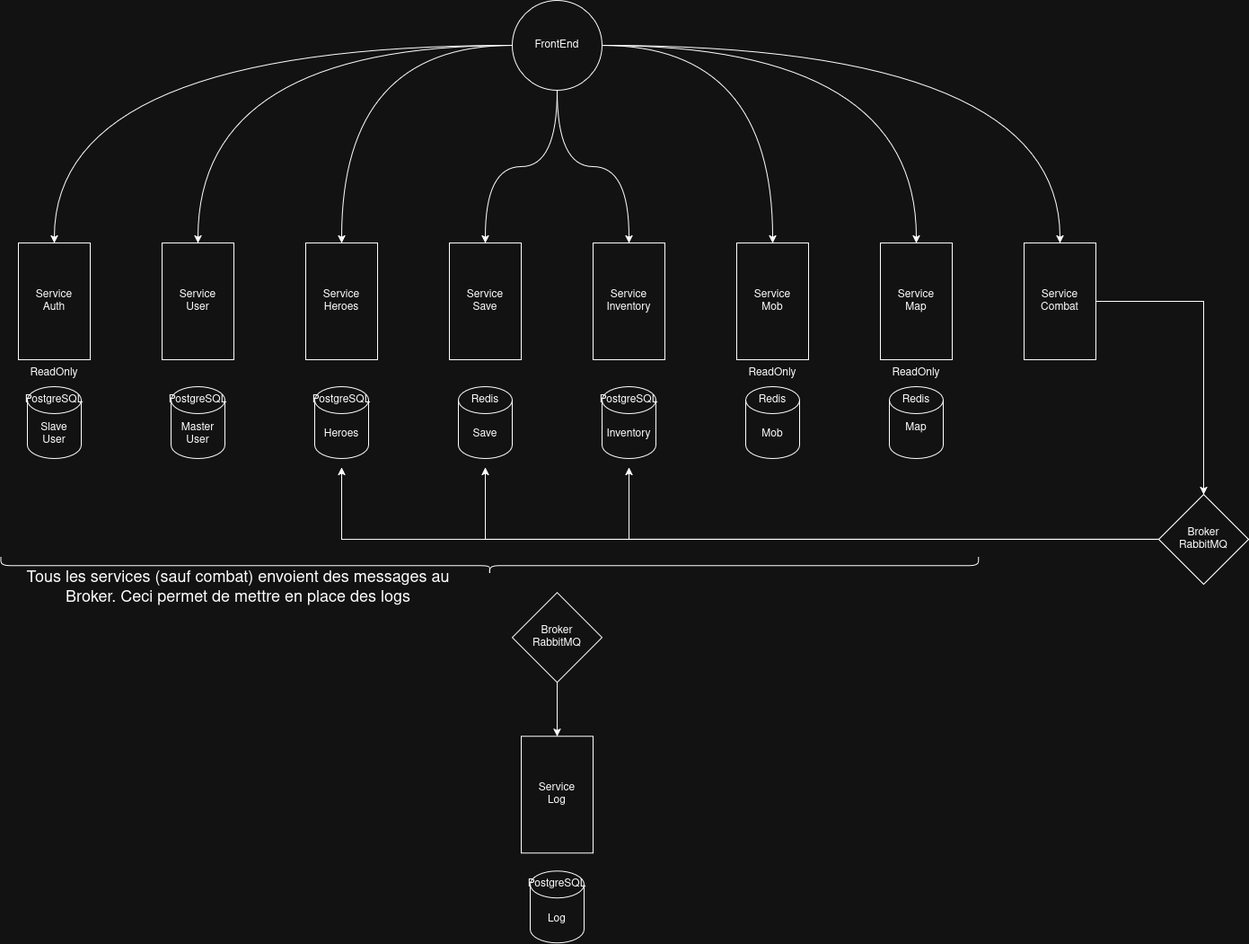
This is images/MicroService.drawio.png from ChronicleOfTheSacredSword/documentation, a draw.io export, as it was before one commit. Source tidied: cells renumbered, new cells last; positions are measured from the earlier drawing's top-left corner, leaving out a move shared by most shapes.
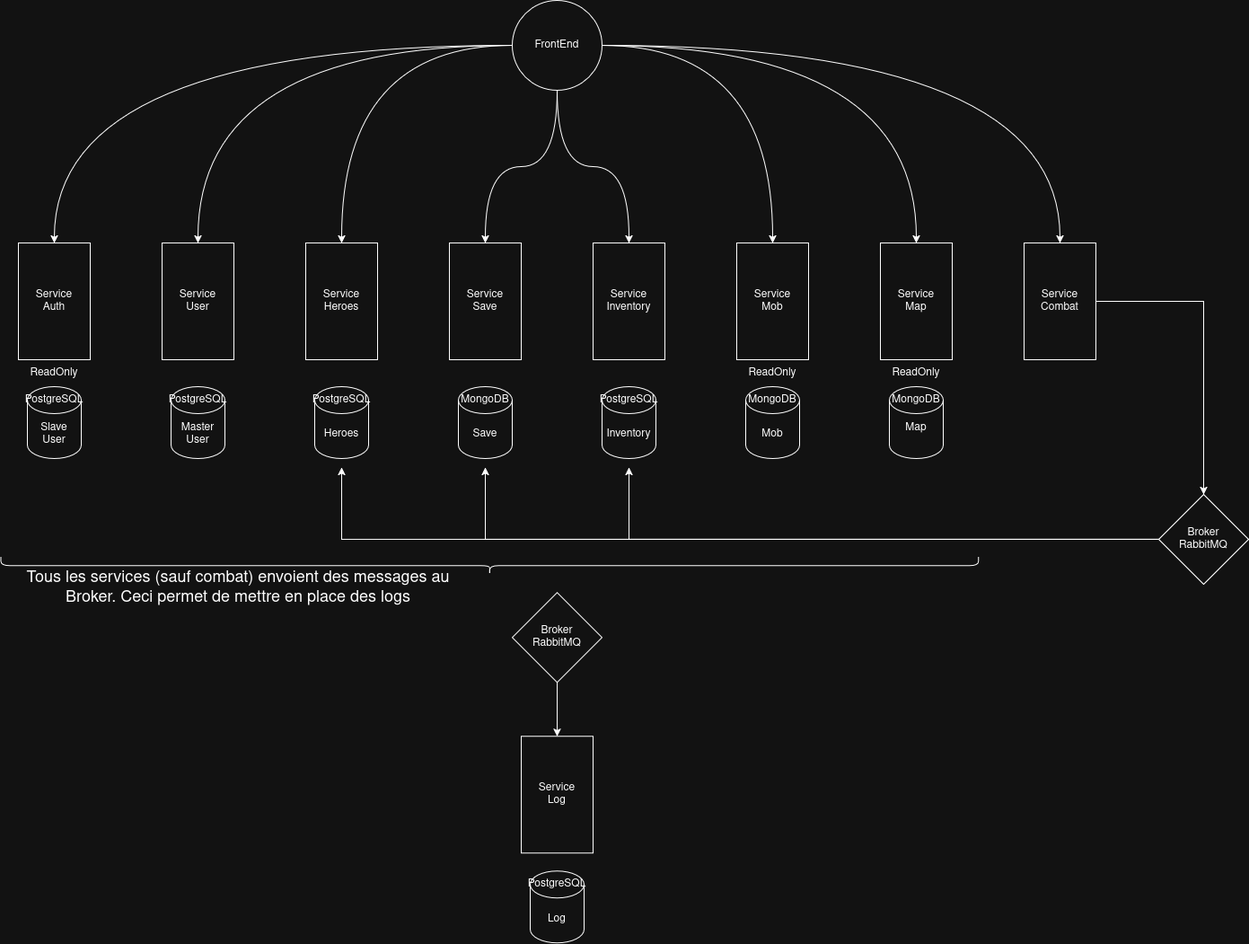
The same diagram one commit later.

Commit message:
modification image architecture

The edit, as a diff of the source:
```diff
@@ -80,13 +80,13 @@
     <mxCell id="27" value="&lt;div&gt;Map&lt;/div&gt;&lt;div&gt;&lt;br&gt;&lt;/div&gt;" style="shape=cylinder3;whiteSpace=wrap;html=1;boundedLbl=1;backgroundOutline=1;size=15;" parent="1" vertex="1">
       <mxGeometry x="990" y="430" width="60" height="80" as="geometry" />
     </mxCell>
-    <mxCell id="28" value="Redis" style="text;html=1;whiteSpace=wrap;strokeColor=none;fillColor=none;align=center;verticalAlign=middle;rounded=0;" parent="1" vertex="1">
+    <mxCell id="28" value="&lt;div&gt;MongoDB&lt;/div&gt;" style="text;html=1;whiteSpace=wrap;strokeColor=none;fillColor=none;align=center;verticalAlign=middle;rounded=0;" parent="1" vertex="1">
       <mxGeometry x="830" y="430" width="60" height="30" as="geometry" />
     </mxCell>
     <mxCell id="29" value="ReadOnly" style="text;html=1;whiteSpace=wrap;strokeColor=none;fillColor=none;align=center;verticalAlign=middle;rounded=0;" parent="1" vertex="1">
       <mxGeometry x="830" y="400" width="60" height="30" as="geometry" />
     </mxCell>
-    <mxCell id="30" value="Redis" style="text;html=1;whiteSpace=wrap;strokeColor=none;fillColor=none;align=center;verticalAlign=middle;rounded=0;" parent="1" vertex="1">
+    <mxCell id="30" value="MongoDB" style="text;html=1;whiteSpace=wrap;strokeColor=none;fillColor=none;align=center;verticalAlign=middle;rounded=0;" parent="1" vertex="1">
       <mxGeometry x="990" y="430" width="60" height="30" as="geometry" />
     </mxCell>
     <mxCell id="31" value="ReadOnly" style="text;html=1;whiteSpace=wrap;strokeColor=none;fillColor=none;align=center;verticalAlign=middle;rounded=0;" parent="1" vertex="1">
@@ -95,7 +95,7 @@
     <mxCell id="32" value="PostgreSQL" style="text;html=1;whiteSpace=wrap;strokeColor=none;fillColor=none;align=center;verticalAlign=middle;rounded=0;" parent="1" vertex="1">
       <mxGeometry x="350" y="430" width="60" height="30" as="geometry" />
     </mxCell>
-    <mxCell id="33" value="Redis" style="text;html=1;whiteSpace=wrap;strokeColor=none;fillColor=none;align=center;verticalAlign=middle;rounded=0;" parent="1" vertex="1">
+    <mxCell id="33" value="MongoDB" style="text;html=1;whiteSpace=wrap;strokeColor=none;fillColor=none;align=center;verticalAlign=middle;rounded=0;" parent="1" vertex="1">
       <mxGeometry x="510" y="430" width="60" height="30" as="geometry" />
     </mxCell>
     <mxCell id="34" value="PostgreSQL" style="text;html=1;whiteSpace=wrap;strokeColor=none;fillColor=none;align=center;verticalAlign=middle;rounded=0;" parent="1" vertex="1">
```
